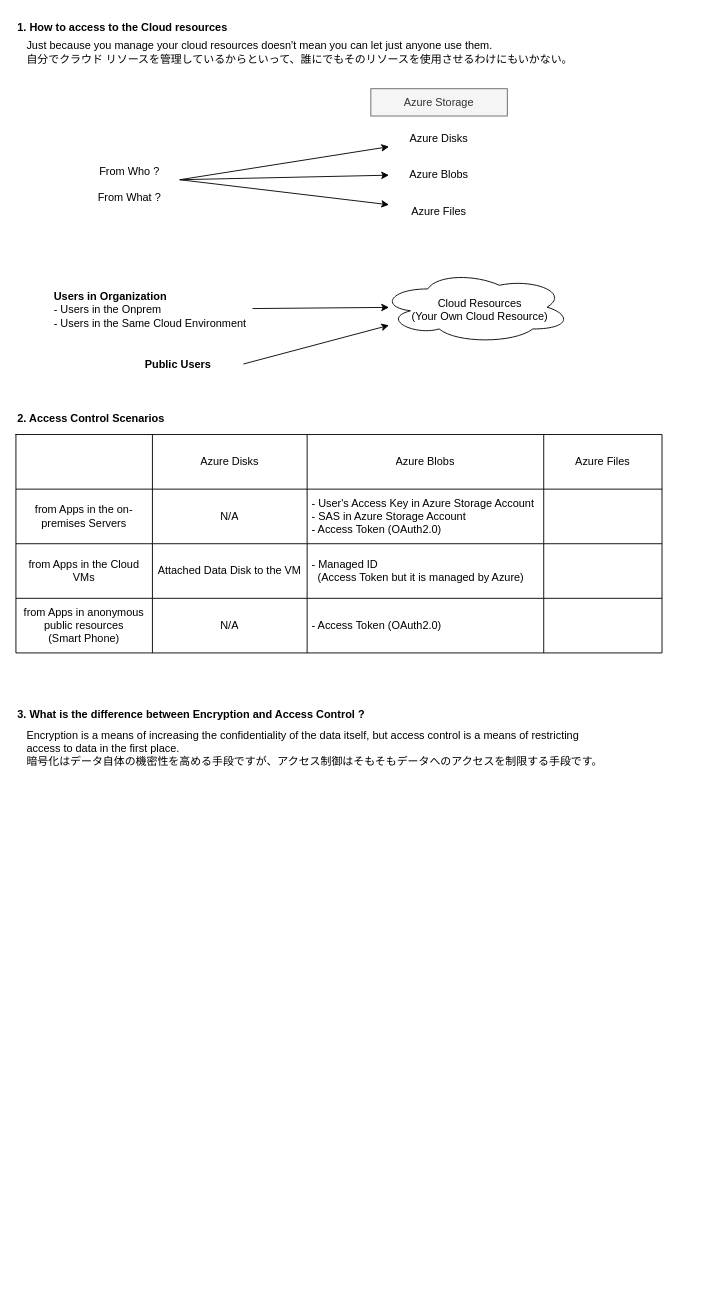
developer-onizuka/Diagrams keeps this draw.io diagram as Azure/AccessFrom.drawio. Above is the earlier version. Source tidied: cells renumbered, new cells numbered last; positions are measured from the earlier drawing's top-left corner, leaving out a move shared by most shapes. Both pictures are drawn from the tidied source at 91%, with x=0, y=0 at pixel (15, 15).
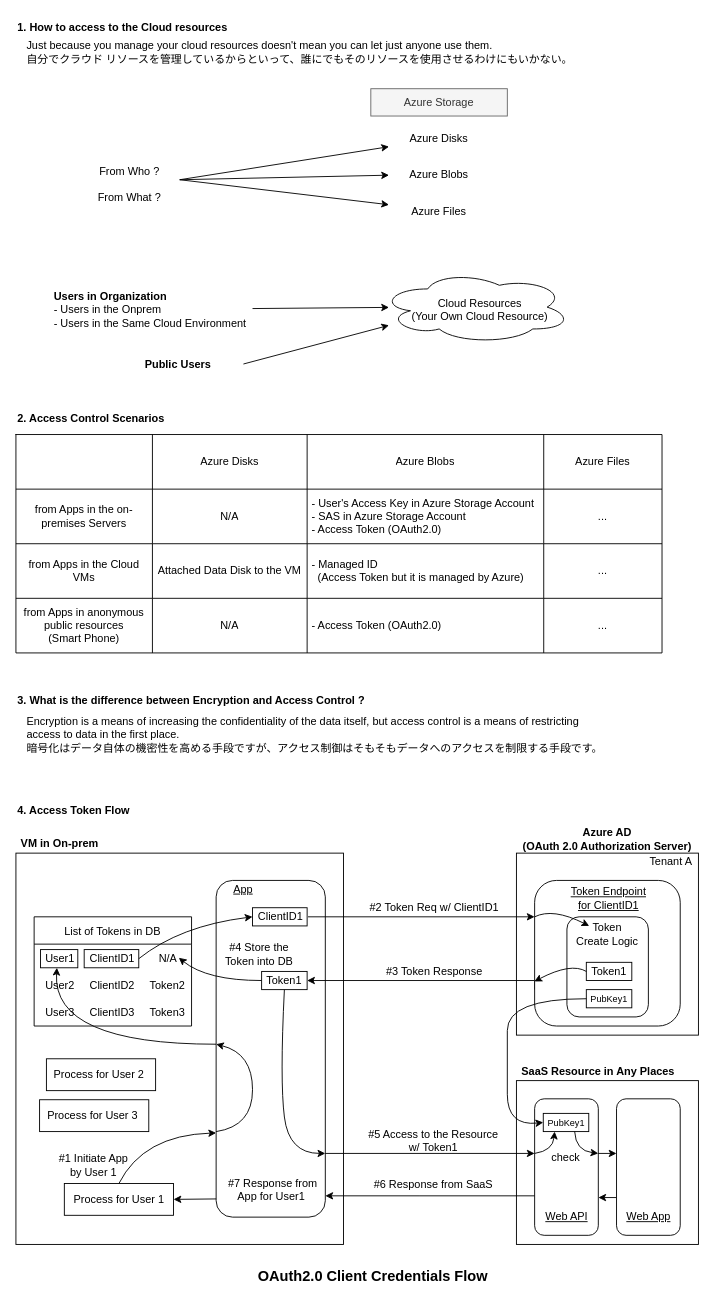
The same diagram, later.

Unchanged cells that the change refers to:
```xml
<mxCell id="22" style="shape=tableRow;horizontal=0;startSize=0;swimlaneHead=0;swimlaneBody=0;strokeColor=inherit;top=0;left=0;bottom=0;right=0;fillColor=none;" parent="16" vertex="1">
  <mxGeometry y="60" width="710" height="60" as="geometry" />
</mxCell>
<mxCell id="27" style="shape=tableRow;horizontal=0;startSize=0;swimlaneHead=0;swimlaneBody=0;strokeColor=inherit;top=0;left=0;bottom=0;right=0;fillColor=none;" parent="16" vertex="1">
  <mxGeometry y="120" width="710" height="60" as="geometry" />
</mxCell>
<mxCell id="32" style="shape=tableRow;horizontal=0;startSize=0;swimlaneHead=0;swimlaneBody=0;strokeColor=inherit;top=0;left=0;bottom=0;right=0;fillColor=none;" parent="16" vertex="1">
  <mxGeometry y="180" width="710" height="60" as="geometry" />
</mxCell>
```

Change to the diagram source:
```diff
@@
-    <mxCell id="26" style="shape=partialRectangle;html=1;whiteSpace=wrap;strokeColor=inherit;overflow=hidden;fillColor=none;top=0;left=0;bottom=0;right=0;" parent="22" vertex="1">
+    <mxCell id="26" value="..." style="shape=partialRectangle;html=1;whiteSpace=wrap;strokeColor=inherit;overflow=hidden;fillColor=none;top=0;left=0;bottom=0;right=0;" parent="22" vertex="1">
       <mxGeometry x="580" width="130" height="60" as="geometry" />
     </mxCell>
@@
-    <mxCell id="31" style="shape=partialRectangle;html=1;whiteSpace=wrap;strokeColor=inherit;overflow=hidden;fillColor=none;top=0;left=0;bottom=0;right=0;" parent="27" vertex="1">
+    <mxCell id="31" value="..." style="shape=partialRectangle;html=1;whiteSpace=wrap;strokeColor=inherit;overflow=hidden;fillColor=none;top=0;left=0;bottom=0;right=0;" parent="27" vertex="1">
       <mxGeometry x="580" width="130" height="60" as="geometry" />
     </mxCell>
@@
-    <mxCell id="36" style="shape=partialRectangle;html=1;whiteSpace=wrap;strokeColor=inherit;overflow=hidden;fillColor=none;top=0;left=0;bottom=0;right=0;" parent="32" vertex="1">
+    <mxCell id="36" value="..." style="shape=partialRectangle;html=1;whiteSpace=wrap;strokeColor=inherit;overflow=hidden;fillColor=none;top=0;left=0;bottom=0;right=0;" parent="32" vertex="1">
       <mxGeometry x="580" width="130" height="60" as="geometry" />
     </mxCell>
@@
     <mxCell id="39" value="Encryption is a means of increasing the confidentiality of the data itself, but access control is a means of restricting access to data in the first place.&lt;br&gt;暗号化はデータ自体の機密性を高める手段ですが、アクセス制御はそもそもデータへのアクセスを制限する手段です。" style="text;html=1;strokeColor=none;fillColor=none;align=left;verticalAlign=middle;whiteSpace=wrap;rounded=0;" parent="1" vertex="1">
-      <mxGeometry x="10" y="780" width="640" height="50" as="geometry" />
+      <mxGeometry x="10" y="765" width="640" height="50" as="geometry" />
     </mxCell>
     <mxCell id="40" value="&lt;b&gt;3. What is the difference between Encryption and Access Control ?&lt;/b&gt;" style="text;html=1;strokeColor=none;fillColor=none;align=left;verticalAlign=middle;whiteSpace=wrap;rounded=0;" parent="1" vertex="1">
-      <mxGeometry y="755" width="400" height="25" as="geometry" />
+      <mxGeometry y="740" width="400" height="25" as="geometry" />
     </mxCell>
@@
+    <mxCell id="42" style="rounded=0;whiteSpace=wrap;html=1;" parent="1" vertex="1">
+      <mxGeometry y="920" width="360" height="430" as="geometry" />
+    </mxCell>
+    <mxCell id="43" style="rounded=1;whiteSpace=wrap;html=1;" parent="1" vertex="1">
+      <mxGeometry x="220" y="950" width="120" height="370" as="geometry" />
+    </mxCell>
+    <mxCell id="44" value="App" style="text;html=1;strokeColor=none;fillColor=none;align=center;verticalAlign=middle;whiteSpace=wrap;rounded=0;fontStyle=4;" parent="1" vertex="1">
+      <mxGeometry x="230" y="950" width="40" height="20" as="geometry" />
+    </mxCell>
+    <mxCell id="45" value="List of Tokens in DB" style="swimlane;fontStyle=0;horizontal=1;startSize=30;" parent="1" vertex="1">
+      <mxGeometry x="20" y="990" width="173" height="120" as="geometry" />
+    </mxCell>
+    <mxCell id="46" value="  User1     ClientID1        N/A" style="text;strokeColor=none;fillColor=none;align=left;verticalAlign=middle;spacingLeft=4;spacingRight=4;overflow=hidden;points=[[0,0.5],[1,0.5]];portConstraint=eastwest;" parent="45" vertex="1">
+      <mxGeometry y="30" width="173" height="30" as="geometry" />
+    </mxCell>
+    <mxCell id="47" value="  User2     ClientID2     Token2" style="text;strokeColor=none;fillColor=none;align=left;verticalAlign=middle;spacingLeft=4;spacingRight=4;overflow=hidden;" parent="45" vertex="1">
+      <mxGeometry y="60" width="173" height="30" as="geometry" />
+    </mxCell>
+    <mxCell id="48" value="  User3     ClientID3     Token3" style="text;strokeColor=none;fillColor=none;align=left;verticalAlign=middle;spacingLeft=4;spacingRight=4;overflow=hidden;" parent="45" vertex="1">
+      <mxGeometry y="90" width="173" height="30" as="geometry" />
+    </mxCell>
+    <mxCell id="49" style="edgeStyle=orthogonalEdgeStyle;rounded=0;orthogonalLoop=1;jettySize=auto;html=1;exitX=1;exitY=0.5;exitDx=0;exitDy=0;" parent="45" edge="1" source="46" target="46">
+      <mxGeometry relative="1" as="geometry" />
+    </mxCell>
+    <mxCell id="50" value="VM in On-prem&amp;nbsp;" style="text;html=1;strokeColor=none;fillColor=none;align=center;verticalAlign=middle;whiteSpace=wrap;rounded=0;fontStyle=1;" parent="1" vertex="1">
+      <mxGeometry y="900" width="100" height="20" as="geometry" />
+    </mxCell>
+    <mxCell id="51" style="rounded=0;whiteSpace=wrap;html=1;" parent="1" vertex="1">
+      <mxGeometry x="550" y="920" width="200" height="200" as="geometry" />
+    </mxCell>
+    <mxCell id="52" value="Azure AD &lt;br&gt;(OAuth 2.0 Authorization Server)" style="text;html=1;strokeColor=none;fillColor=none;align=center;verticalAlign=middle;whiteSpace=wrap;rounded=0;fontStyle=1;" parent="1" vertex="1">
+      <mxGeometry x="550" y="890" width="200" height="30" as="geometry" />
+    </mxCell>
+    <mxCell id="53" style="edgeStyle=orthogonalEdgeStyle;rounded=0;jettySize=auto;html=1;exitX=0;exitY=0.75;exitDx=0;exitDy=0;entryX=1;entryY=0.5;entryDx=0;entryDy=0;" parent="1" edge="1" source="54" target="64">
+      <mxGeometry relative="1" as="geometry">
+        <Array as="points">
+          <mxPoint x="570" y="1060" />
+        </Array>
+      </mxGeometry>
+    </mxCell>
+    <mxCell id="54" style="rounded=1;whiteSpace=wrap;html=1;" parent="1" vertex="1">
+      <mxGeometry x="570" y="950" width="160" height="160" as="geometry" />
+    </mxCell>
+    <mxCell id="55" value="Token Endpoint &lt;br&gt;for ClientID1" style="text;html=1;strokeColor=none;fillColor=none;align=center;verticalAlign=middle;whiteSpace=wrap;rounded=0;fontStyle=4;" parent="1" vertex="1">
+      <mxGeometry x="591.3" y="955" width="121" height="30" as="geometry" />
+    </mxCell>
+    <mxCell id="56" value="#3 Token Response" style="text;html=1;strokeColor=none;fillColor=none;align=center;verticalAlign=middle;whiteSpace=wrap;rounded=0;" parent="1" vertex="1">
+      <mxGeometry x="380" y="1040" width="160" height="20" as="geometry" />
+    </mxCell>
+    <mxCell id="57" value="#2 Token Req w/ ClientID1" style="text;html=1;strokeColor=none;fillColor=none;align=center;verticalAlign=middle;whiteSpace=wrap;rounded=0;" parent="1" vertex="1">
+      <mxGeometry x="380" y="970" width="160" height="20" as="geometry" />
+    </mxCell>
+    <mxCell id="58" style="endArrow=classic;html=1;rounded=0;entryX=0;entryY=0.25;entryDx=0;entryDy=0;exitX=1;exitY=0.5;exitDx=0;exitDy=0;" parent="1" edge="1" source="68" target="54">
+      <mxGeometry relative="1" as="geometry" />
+    </mxCell>
+    <mxCell id="59" style="rounded=0;whiteSpace=wrap;html=1;" parent="1" vertex="1">
+      <mxGeometry x="550" y="1170" width="200" height="180" as="geometry" />
+    </mxCell>
+    <mxCell id="60" value="SaaS Resource in Any Places" style="text;html=1;strokeColor=none;fillColor=none;align=center;verticalAlign=middle;whiteSpace=wrap;rounded=0;fontStyle=1;" parent="1" vertex="1">
+      <mxGeometry x="550" y="1150" width="180" height="20" as="geometry" />
+    </mxCell>
+    <mxCell id="61" value="#4 Store the Token into DB" style="text;html=1;strokeColor=none;fillColor=none;align=center;verticalAlign=middle;whiteSpace=wrap;rounded=0;" parent="1" vertex="1">
+      <mxGeometry x="220" y="1012.5" width="95" height="37.5" as="geometry" />
+    </mxCell>
+    <mxCell id="62" value="#5 Access to the Resource&lt;br&gt;w/ Token1" style="text;html=1;strokeColor=none;fillColor=none;align=center;verticalAlign=middle;whiteSpace=wrap;rounded=0;" parent="1" vertex="1">
+      <mxGeometry x="379" y="1221" width="160" height="30" as="geometry" />
+    </mxCell>
+    <mxCell id="63" style="rounded=0;whiteSpace=wrap;html=1;" parent="1" vertex="1">
+      <mxGeometry x="270" y="1050" width="50" height="20" as="geometry" />
+    </mxCell>
+    <mxCell id="64" value="Token1" style="text;html=1;strokeColor=none;fillColor=none;align=center;verticalAlign=middle;whiteSpace=wrap;rounded=0;" parent="1" vertex="1">
+      <mxGeometry x="270" y="1050" width="50" height="20" as="geometry" />
+    </mxCell>
+    <mxCell id="65" value="Tenant A" style="text;html=1;strokeColor=none;fillColor=none;align=center;verticalAlign=middle;whiteSpace=wrap;rounded=0;" parent="1" vertex="1">
+      <mxGeometry x="690" y="920" width="60" height="20" as="geometry" />
+    </mxCell>
+    <mxCell id="66" style="rounded=0;whiteSpace=wrap;html=1;fillColor=none;strokeColor=#000000;" parent="1" vertex="1">
+      <mxGeometry x="75" y="1026" width="60" height="20" as="geometry" />
+    </mxCell>
+    <mxCell id="67" style="rounded=0;whiteSpace=wrap;html=1;" parent="1" vertex="1">
+      <mxGeometry x="260" y="980" width="60" height="20" as="geometry" />
+    </mxCell>
+    <mxCell id="68" value="ClientID1" style="text;html=1;strokeColor=none;fillColor=none;align=center;verticalAlign=middle;whiteSpace=wrap;rounded=0;" parent="1" vertex="1">
+      <mxGeometry x="261" y="980" width="60" height="20" as="geometry" />
+    </mxCell>
+    <mxCell id="69" value="#6 Response from SaaS" style="text;html=1;strokeColor=none;fillColor=none;align=center;verticalAlign=middle;whiteSpace=wrap;rounded=0;" parent="1" vertex="1">
+      <mxGeometry x="379" y="1270" width="160" height="30" as="geometry" />
+    </mxCell>
+    <mxCell id="70" style="curved=1;endArrow=classic;html=1;rounded=0;exitX=1;exitY=0.5;exitDx=0;exitDy=0;entryX=0;entryY=0.5;entryDx=0;entryDy=0;" parent="1" edge="1" source="66" target="67">
+      <mxGeometry relative="1" as="geometry">
+        <Array as="points">
+          <mxPoint x="180" y="1000" />
+        </Array>
+      </mxGeometry>
+    </mxCell>
+    <mxCell id="71" style="curved=1;endArrow=classic;html=1;rounded=0;exitX=0;exitY=0.5;exitDx=0;exitDy=0;" parent="1" edge="1" source="64">
+      <mxGeometry relative="1" as="geometry">
+        <mxPoint x="179" y="1035" as="targetPoint" />
+        <Array as="points">
+          <mxPoint x="210" y="1060" />
+        </Array>
+      </mxGeometry>
+    </mxCell>
+    <mxCell id="72" style="curved=1;endArrow=classic;html=1;rounded=0;exitX=0.5;exitY=1;exitDx=0;exitDy=0;" parent="1" edge="1" source="64">
+      <mxGeometry relative="1" as="geometry">
+        <mxPoint x="340" y="1250" as="targetPoint" />
+        <Array as="points">
+          <mxPoint x="290" y="1170" />
+          <mxPoint x="300" y="1250" />
+        </Array>
+      </mxGeometry>
+    </mxCell>
+    <mxCell id="73" style="rounded=1;whiteSpace=wrap;html=1;" parent="1" vertex="1">
+      <mxGeometry x="570" y="1190" width="70" height="150" as="geometry" />
+    </mxCell>
+    <mxCell id="74" value="Web API" style="text;html=1;strokeColor=none;fillColor=none;align=center;verticalAlign=middle;whiteSpace=wrap;rounded=0;fontStyle=4;" parent="1" vertex="1">
+      <mxGeometry x="570" y="1310" width="71" height="20" as="geometry" />
+    </mxCell>
+    <mxCell id="75" style="edgeStyle=orthogonalEdgeStyle;rounded=0;orthogonalLoop=1;jettySize=auto;html=1;exitX=0;exitY=0.75;exitDx=0;exitDy=0;entryX=1;entryY=0.75;entryDx=0;entryDy=0;endArrow=classic;endFill=1;" parent="1" edge="1">
+      <mxGeometry relative="1" as="geometry">
+        <mxPoint x="660" y="1298.5" as="sourcePoint" />
+        <mxPoint x="640" y="1298.5" as="targetPoint" />
+      </mxGeometry>
+    </mxCell>
+    <mxCell id="76" style="rounded=1;whiteSpace=wrap;html=1;" parent="1" vertex="1">
+      <mxGeometry x="660" y="1190" width="70" height="150" as="geometry" />
+    </mxCell>
+    <mxCell id="77" value="Web App" style="text;html=1;strokeColor=none;fillColor=none;align=center;verticalAlign=middle;whiteSpace=wrap;rounded=0;fontStyle=4;" parent="1" vertex="1">
+      <mxGeometry x="660" y="1310" width="71" height="20" as="geometry" />
+    </mxCell>
+    <mxCell id="78" style="edgeStyle=orthogonalEdgeStyle;rounded=0;orthogonalLoop=1;jettySize=auto;html=1;endArrow=classic;endFill=1;" parent="1" edge="1">
+      <mxGeometry relative="1" as="geometry">
+        <mxPoint x="340" y="1250" as="sourcePoint" />
+        <mxPoint x="570" y="1250" as="targetPoint" />
+      </mxGeometry>
+    </mxCell>
+    <mxCell id="79" style="edgeStyle=orthogonalEdgeStyle;rounded=0;jettySize=auto;html=1;entryX=1.009;entryY=0.899;entryDx=0;entryDy=0;entryPerimeter=0;endArrow=classic;endFill=1;" parent="1" edge="1" source="73">
+      <mxGeometry relative="1" as="geometry">
+        <mxPoint x="340" y="1296.6" as="targetPoint" />
+        <Array as="points">
+          <mxPoint x="444" y="1296" />
+        </Array>
+      </mxGeometry>
+    </mxCell>
+    <mxCell id="80" style="rounded=1;whiteSpace=wrap;html=1;" parent="1" vertex="1">
+      <mxGeometry x="605.5" y="990" width="89.5" height="110" as="geometry" />
+    </mxCell>
+    <mxCell id="81" value="Token&lt;br&gt;Create Logic" style="text;html=1;strokeColor=none;fillColor=none;align=center;verticalAlign=middle;whiteSpace=wrap;rounded=0;" parent="1" vertex="1">
+      <mxGeometry x="607" y="991" width="86" height="35" as="geometry" />
+    </mxCell>
+    <mxCell id="82" style="rounded=0;whiteSpace=wrap;html=1;" parent="1" vertex="1">
+      <mxGeometry x="626.8" y="1040" width="50" height="20" as="geometry" />
+    </mxCell>
+    <mxCell id="83" value="Token1" style="text;html=1;strokeColor=none;fillColor=none;align=center;verticalAlign=middle;whiteSpace=wrap;rounded=0;" parent="1" vertex="1">
+      <mxGeometry x="626.8" y="1040" width="50" height="20" as="geometry" />
+    </mxCell>
+    <mxCell id="84" style="curved=1;endArrow=classic;html=1;rounded=0;exitX=0;exitY=0.5;exitDx=0;exitDy=0;entryX=-0.002;entryY=0.694;entryDx=0;entryDy=0;entryPerimeter=0;" parent="1" edge="1" source="83" target="54">
+      <mxGeometry relative="1" as="geometry">
+        <Array as="points">
+          <mxPoint x="610" y="1040" />
+        </Array>
+      </mxGeometry>
+    </mxCell>
+    <mxCell id="85" style="curved=1;endArrow=classic;html=1;rounded=0;exitX=0.75;exitY=0;exitDx=0;exitDy=0;" parent="1" edge="1">
+      <mxGeometry relative="1" as="geometry">
+        <mxPoint x="570" y="990" as="sourcePoint" />
+        <mxPoint x="630" y="1000" as="targetPoint" />
+        <Array as="points">
+          <mxPoint x="590" y="980" />
+        </Array>
+      </mxGeometry>
+    </mxCell>
+    <mxCell id="86" style="edgeStyle=orthogonalEdgeStyle;rounded=0;jettySize=auto;html=1;exitX=1;exitY=0.5;exitDx=0;exitDy=0;endArrow=classic;endFill=1;fillColor=default;entryX=1;entryY=0.5;entryDx=0;entryDy=0;" parent="1" edge="1" target="87">
+      <mxGeometry relative="1" as="geometry">
+        <mxPoint x="220" y="1300" as="sourcePoint" />
+      </mxGeometry>
+    </mxCell>
+    <mxCell id="87" style="rounded=0;whiteSpace=wrap;html=1;" parent="1" vertex="1">
+      <mxGeometry x="53.2" y="1283" width="120" height="35" as="geometry" />
+    </mxCell>
+    <mxCell id="88" value="Process for User 1" style="text;html=1;strokeColor=none;fillColor=none;align=center;verticalAlign=middle;whiteSpace=wrap;rounded=0;" parent="1" vertex="1">
+      <mxGeometry x="59.8" y="1290.5" width="107" height="20" as="geometry" />
+    </mxCell>
+    <mxCell id="89" style="rounded=0;whiteSpace=wrap;html=1;" parent="1" vertex="1">
+      <mxGeometry x="26" y="1191" width="120" height="35" as="geometry" />
+    </mxCell>
+    <mxCell id="90" value="Process for User 3" style="text;html=1;strokeColor=none;fillColor=none;align=center;verticalAlign=middle;whiteSpace=wrap;rounded=0;" parent="1" vertex="1">
+      <mxGeometry x="30.5" y="1198.5" width="107" height="20" as="geometry" />
+    </mxCell>
+    <mxCell id="91" style="rounded=0;whiteSpace=wrap;html=1;" parent="1" vertex="1">
+      <mxGeometry x="33.5" y="1146" width="120" height="35" as="geometry" />
+    </mxCell>
+    <mxCell id="92" value="Process for User 2" style="text;html=1;strokeColor=none;fillColor=none;align=center;verticalAlign=middle;whiteSpace=wrap;rounded=0;" parent="1" vertex="1">
+      <mxGeometry x="38" y="1153.5" width="107" height="20" as="geometry" />
+    </mxCell>
+    <mxCell id="93" style="curved=1;endArrow=classic;html=1;rounded=0;exitX=0.5;exitY=0;exitDx=0;exitDy=0;entryX=0;entryY=0.75;entryDx=0;entryDy=0;" parent="1" edge="1" source="87" target="43">
+      <mxGeometry relative="1" as="geometry">
+        <Array as="points">
+          <mxPoint x="140" y="1230" />
+        </Array>
+      </mxGeometry>
+    </mxCell>
+    <mxCell id="94" value="#1 Initiate App &lt;br&gt;by User 1" style="text;html=1;strokeColor=none;fillColor=none;align=center;verticalAlign=middle;whiteSpace=wrap;rounded=0;" parent="1" vertex="1">
+      <mxGeometry x="32.5" y="1243" width="105" height="40" as="geometry" />
+    </mxCell>
+    <mxCell id="95" value="#7 Response from App for User1&amp;nbsp;" style="text;html=1;strokeColor=none;fillColor=none;align=center;verticalAlign=middle;whiteSpace=wrap;rounded=0;" parent="1" vertex="1">
+      <mxGeometry x="230" y="1270" width="105" height="40" as="geometry" />
+    </mxCell>
+    <mxCell id="96" style="rounded=0;whiteSpace=wrap;html=1;fillColor=none;strokeColor=#000000;" parent="1" vertex="1">
+      <mxGeometry x="27" y="1026" width="41" height="20" as="geometry" />
+    </mxCell>
+    <mxCell id="97" style="curved=1;endArrow=classic;html=1;rounded=0;" parent="1" edge="1">
+      <mxGeometry relative="1" as="geometry">
+        <mxPoint x="220" y="1130" as="sourcePoint" />
+        <mxPoint x="45" y="1046" as="targetPoint" />
+        <Array as="points">
+          <mxPoint x="40" y="1130" />
+        </Array>
+      </mxGeometry>
+    </mxCell>
+    <mxCell id="98" style="curved=1;endArrow=classic;html=1;rounded=0;" parent="1" edge="1">
+      <mxGeometry relative="1" as="geometry">
+        <mxPoint x="220" y="1226" as="sourcePoint" />
+        <mxPoint x="220" y="1130" as="targetPoint" />
+        <Array as="points">
+          <mxPoint x="260" y="1220" />
+          <mxPoint x="260" y="1140" />
+        </Array>
+      </mxGeometry>
+    </mxCell>
+    <mxCell id="99" value="&lt;font style=&quot;font-size: 16px;&quot;&gt;OAuth2.0 Client Credentials Flow&lt;/font&gt;" style="text;html=1;strokeColor=none;fillColor=none;align=center;verticalAlign=middle;whiteSpace=wrap;rounded=0;fontStyle=1;strokeWidth=1;" parent="1" vertex="1">
+      <mxGeometry x="230" y="1370" width="324.5" height="30" as="geometry" />
+    </mxCell>
+    <mxCell id="100" style="rounded=0;whiteSpace=wrap;html=1;" parent="1" vertex="1">
+      <mxGeometry x="626.8" y="1070" width="50" height="20" as="geometry" />
+    </mxCell>
+    <mxCell id="101" value="&lt;font style=&quot;font-size: 10px;&quot;&gt;PubKey1&lt;/font&gt;" style="text;html=1;strokeColor=none;fillColor=none;align=center;verticalAlign=middle;whiteSpace=wrap;rounded=0;" parent="1" vertex="1">
+      <mxGeometry x="626.8" y="1070" width="50" height="20" as="geometry" />
+    </mxCell>
+    <mxCell id="102" style="rounded=0;whiteSpace=wrap;html=1;" parent="1" vertex="1">
+      <mxGeometry x="579.5" y="1206" width="50" height="20" as="geometry" />
+    </mxCell>
+    <mxCell id="103" value="&lt;font style=&quot;font-size: 10px;&quot;&gt;PubKey1&lt;/font&gt;" style="text;html=1;strokeColor=none;fillColor=none;align=center;verticalAlign=middle;whiteSpace=wrap;rounded=0;" parent="1" vertex="1">
+      <mxGeometry x="579.5" y="1206" width="50" height="20" as="geometry" />
+    </mxCell>
+    <mxCell id="104" style="curved=1;endArrow=classic;html=1;rounded=0;exitX=0;exitY=0.5;exitDx=0;exitDy=0;entryX=0;entryY=0.5;entryDx=0;entryDy=0;" parent="1" edge="1" source="101" target="103">
+      <mxGeometry relative="1" as="geometry">
+        <Array as="points">
+          <mxPoint x="540" y="1080" />
+          <mxPoint x="540" y="1150" />
+          <mxPoint x="540" y="1220" />
+        </Array>
+      </mxGeometry>
+    </mxCell>
+    <mxCell id="105" style="curved=1;endArrow=classic;html=1;rounded=0;entryX=0.25;entryY=1;entryDx=0;entryDy=0;" parent="1" edge="1" target="103">
+      <mxGeometry relative="1" as="geometry">
+        <mxPoint x="570" y="1250" as="sourcePoint" />
+        <Array as="points">
+          <mxPoint x="590" y="1247" />
+        </Array>
+      </mxGeometry>
+    </mxCell>
+    <mxCell id="106" style="curved=1;endArrow=classic;html=1;rounded=0;" parent="1" edge="1">
+      <mxGeometry relative="1" as="geometry">
+        <mxPoint x="614" y="1226" as="sourcePoint" />
+        <mxPoint x="640" y="1250" as="targetPoint" />
+        <Array as="points">
+          <mxPoint x="615" y="1247" />
+        </Array>
+      </mxGeometry>
+    </mxCell>
+    <mxCell id="107" value="check" style="text;html=1;strokeColor=none;fillColor=none;align=center;verticalAlign=middle;whiteSpace=wrap;rounded=0;" parent="1" vertex="1">
+      <mxGeometry x="578.2" y="1243" width="52.5" height="23" as="geometry" />
+    </mxCell>
+    <mxCell id="108" style="endArrow=classic;html=1;rounded=0;" parent="1" edge="1">
+      <mxGeometry relative="1" as="geometry">
+        <mxPoint x="640" y="1250" as="sourcePoint" />
+        <mxPoint x="660" y="1250" as="targetPoint" />
+      </mxGeometry>
+    </mxCell>
+    <mxCell id="109" value="&lt;b&gt;4. Access Token Flow&lt;/b&gt;" style="text;html=1;strokeColor=none;fillColor=none;align=left;verticalAlign=middle;whiteSpace=wrap;rounded=0;" parent="1" vertex="1">
+      <mxGeometry y="860" width="400" height="25" as="geometry" />
+    </mxCell>
```
